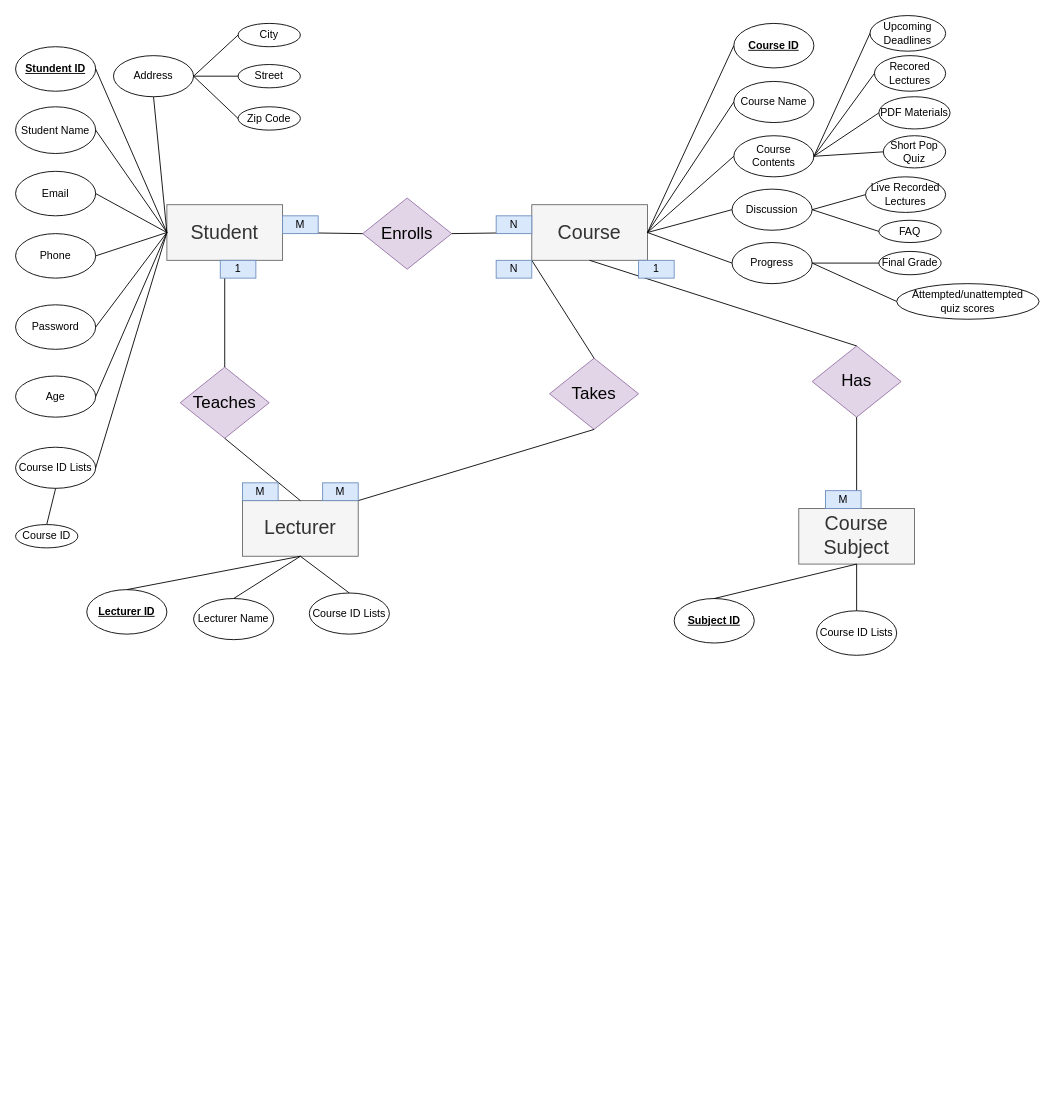
The draw.io diagram 3iSchool.drawio in Sakibapon/BRAC, before the edit. Source tidied: cells renumbered, new cells numbered last; positions are measured from the earlier drawing's top-left corner, leaving out a move shared by most shapes. Both pictures are drawn from the tidied source at 89%, with x=0, y=0 at pixel (15, 15).
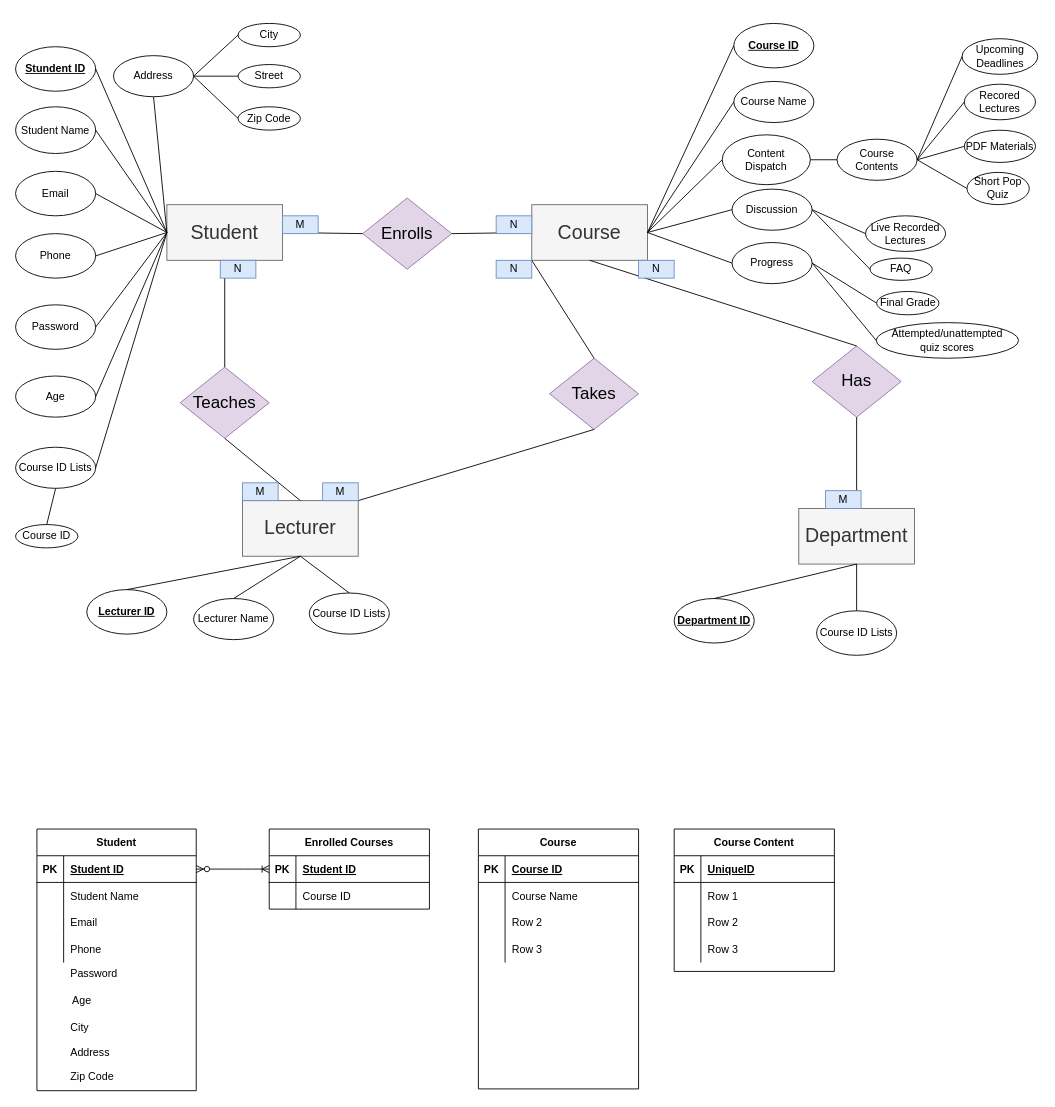
The same diagram, later.

Unchanged cells that the change refers to:
```xml
<mxCell id="27" value="&lt;font style=&quot;font-size: 22px&quot;&gt;Course&lt;/font&gt;" style="rounded=0;whiteSpace=wrap;html=1;fillColor=#f5f5f5;strokeColor=#666666;fontColor=#333333;" parent="1" vertex="1">
  <mxGeometry x="580" y="212.5" width="130" height="62.5" as="geometry" />
</mxCell>
```

The edit, as a diff of the source:
```diff
@@
     <mxCell id="31" value="Course Contents" style="ellipse;whiteSpace=wrap;html=1;" parent="1" vertex="1">
-      <mxGeometry x="807" y="135" width="90" height="46.2" as="geometry" />
+      <mxGeometry x="923" y="138.9" width="90" height="46.2" as="geometry" />
     </mxCell>
@@
-    <mxCell id="35" value="&lt;font style=&quot;font-size: 22px&quot;&gt;Course Subject&lt;/font&gt;" style="rounded=0;whiteSpace=wrap;html=1;fillColor=#f5f5f5;strokeColor=#666666;fontColor=#333333;" parent="1" vertex="1">
+    <mxCell id="35" value="&lt;font style=&quot;font-size: 22px&quot;&gt;Department&lt;br&gt;&lt;/font&gt;" style="rounded=0;whiteSpace=wrap;html=1;fillColor=#f5f5f5;strokeColor=#666666;fontColor=#333333;" parent="1" vertex="1">
       <mxGeometry x="880" y="553.8" width="130" height="62.5" as="geometry" />
     </mxCell>
@@
-    <mxCell id="49" style="endArrow=none;html=1;exitX=1;exitY=0.5;exitDx=0;exitDy=0;entryX=0;entryY=0.5;entryDx=0;entryDy=0;" parent="1" edge="1" source="27" target="31">
-      <mxGeometry relative="1" as="geometry" />
-    </mxCell>
@@
     <mxCell id="57" value="Upcoming Deadlines" style="ellipse;whiteSpace=wrap;html=1;" parent="1" vertex="1">
-      <mxGeometry x="960" width="85" height="40" as="geometry" />
+      <mxGeometry x="1063.5" y="26" width="85" height="40" as="geometry" />
     </mxCell>
     <mxCell id="58" value="Recored Lectures" style="ellipse;whiteSpace=wrap;html=1;" parent="1" vertex="1">
-      <mxGeometry x="965" y="45" width="80" height="40" as="geometry" />
+      <mxGeometry x="1066" y="77.1" width="80" height="40" as="geometry" />
     </mxCell>
@@
     <mxCell id="61" value="PDF Materials" style="ellipse;whiteSpace=wrap;html=1;" parent="1" vertex="1">
-      <mxGeometry x="970" y="91.2" width="80" height="36.2" as="geometry" />
+      <mxGeometry x="1066" y="128.8" width="80" height="36.2" as="geometry" />
     </mxCell>
@@
     <mxCell id="63" value="Short Pop Quiz" style="ellipse;whiteSpace=wrap;html=1;" parent="1" vertex="1">
-      <mxGeometry x="975" y="135" width="70" height="36.2" as="geometry" />
+      <mxGeometry x="1069" y="176.2" width="70" height="36.2" as="geometry" />
     </mxCell>
@@
     <mxCell id="65" value="Live Recorded&lt;br&gt;Lectures" style="ellipse;whiteSpace=wrap;html=1;" parent="1" vertex="1">
-      <mxGeometry x="955" y="181.2" width="90" height="40" as="geometry" />
+      <mxGeometry x="955" y="225" width="90" height="40" as="geometry" />
     </mxCell>
@@
     <mxCell id="67" value="FAQ" style="ellipse;whiteSpace=wrap;html=1;" parent="1" vertex="1">
-      <mxGeometry x="970" y="230" width="70" height="25" as="geometry" />
+      <mxGeometry x="960" y="272.5" width="70" height="25" as="geometry" />
     </mxCell>
@@
     <mxCell id="70" value="Final Grade" style="ellipse;whiteSpace=wrap;html=1;" parent="1" vertex="1">
-      <mxGeometry x="970" y="265" width="70" height="26.2" as="geometry" />
+      <mxGeometry x="967.5" y="310" width="70" height="26.2" as="geometry" />
     </mxCell>
     <mxCell id="71" value="Attempted/unattempted&lt;br&gt;quiz scores" style="ellipse;whiteSpace=wrap;html=1;" parent="1" vertex="1">
-      <mxGeometry x="990" y="301.2" width="160" height="40" as="geometry" />
+      <mxGeometry x="967" y="345" width="160" height="40" as="geometry" />
     </mxCell>
@@
-    <mxCell id="76" value="&lt;u&gt;&lt;b&gt;Subject ID&lt;/b&gt;&lt;/u&gt;" style="ellipse;whiteSpace=wrap;html=1;" parent="1" vertex="1">
+    <mxCell id="76" value="&lt;u&gt;&lt;b&gt;Department ID&lt;/b&gt;&lt;/u&gt;" style="ellipse;whiteSpace=wrap;html=1;" parent="1" vertex="1">
       <mxGeometry x="740" y="655" width="90" height="50" as="geometry" />
     </mxCell>
@@
-    <mxCell id="82" value="1" style="text;html=1;strokeColor=#6c8ebf;fillColor=#dae8fc;align=center;verticalAlign=middle;whiteSpace=wrap;rounded=0;" parent="1" vertex="1">
+    <mxCell id="82" value="N" style="text;html=1;strokeColor=#6c8ebf;fillColor=#dae8fc;align=center;verticalAlign=middle;whiteSpace=wrap;rounded=0;" parent="1" vertex="1">
       <mxGeometry x="230" y="275" width="40" height="20" as="geometry" />
     </mxCell>
@@
-    <mxCell id="85" value="1" style="text;html=1;strokeColor=#6c8ebf;fillColor=#dae8fc;align=center;verticalAlign=middle;whiteSpace=wrap;rounded=0;" parent="1" vertex="1">
+    <mxCell id="85" value="N" style="text;html=1;strokeColor=#6c8ebf;fillColor=#dae8fc;align=center;verticalAlign=middle;whiteSpace=wrap;rounded=0;" parent="1" vertex="1">
       <mxGeometry x="700" y="275" width="40" height="20" as="geometry" />
     </mxCell>
@@
+    <mxCell id="87" value="Student" style="shape=table;startSize=30;childLayout=tableLayout;rowLines=0;fontStyle=1;align=center;" parent="1" vertex="1">
+      <mxGeometry x="24" y="914" width="179" height="294" as="geometry" />
+    </mxCell>
+    <mxCell id="88" style="shape=partialRectangle;fillColor=none;top=0;left=0;bottom=1;right=0;points=[[0,0.5],[1,0.5]];portConstraint=eastwest;" parent="87" vertex="1">
+      <mxGeometry y="30" width="179" height="30" as="geometry" />
+    </mxCell>
+    <mxCell id="89" value="PK" style="shape=partialRectangle;fillColor=none;top=0;left=0;bottom=0;right=0;fontStyle=1;overflow=hidden;" parent="88" vertex="1">
+      <mxGeometry width="30" height="30" as="geometry" />
+    </mxCell>
+    <mxCell id="90" value="Student ID" style="shape=partialRectangle;fillColor=none;top=0;left=0;bottom=0;right=0;align=left;spacingLeft=6;fontStyle=5;overflow=hidden;" parent="88" vertex="1">
+      <mxGeometry x="30" width="149" height="30" as="geometry" />
+    </mxCell>
+    <mxCell id="91" style="shape=partialRectangle;fillColor=none;top=0;left=0;bottom=0;right=0;" parent="87" vertex="1">
+      <mxGeometry y="60" width="179" height="30" as="geometry" />
+    </mxCell>
+    <mxCell id="92" style="shape=partialRectangle;fillColor=none;top=0;left=0;bottom=0;right=0;overflow=hidden;" parent="91" vertex="1">
+      <mxGeometry width="30" height="30" as="geometry" />
+    </mxCell>
+    <mxCell id="93" value="Student Name" style="shape=partialRectangle;fillColor=none;top=0;left=0;bottom=0;right=0;align=left;spacingLeft=6;overflow=hidden;" parent="91" vertex="1">
+      <mxGeometry x="30" width="149" height="30" as="geometry" />
+    </mxCell>
+    <mxCell id="94" style="shape=partialRectangle;fillColor=none;top=0;left=0;bottom=0;right=0;" parent="87" vertex="1">
+      <mxGeometry y="90" width="179" height="30" as="geometry" />
+    </mxCell>
+    <mxCell id="95" style="shape=partialRectangle;fillColor=none;top=0;left=0;bottom=0;right=0;overflow=hidden;" parent="94" vertex="1">
+      <mxGeometry width="30" height="30" as="geometry" />
+    </mxCell>
+    <mxCell id="96" value="Email" style="shape=partialRectangle;fillColor=none;top=0;left=0;bottom=0;right=0;align=left;spacingLeft=6;overflow=hidden;" parent="94" vertex="1">
+      <mxGeometry x="30" width="149" height="30" as="geometry" />
+    </mxCell>
+    <mxCell id="97" style="shape=partialRectangle;fillColor=none;top=0;left=0;bottom=0;right=0;" parent="87" vertex="1">
+      <mxGeometry y="120" width="179" height="30" as="geometry" />
+    </mxCell>
+    <mxCell id="98" style="shape=partialRectangle;fillColor=none;top=0;left=0;bottom=0;right=0;overflow=hidden;" parent="97" vertex="1">
+      <mxGeometry width="30" height="30" as="geometry" />
+    </mxCell>
+    <mxCell id="99" value="Phone" style="shape=partialRectangle;fillColor=none;top=0;left=0;bottom=0;right=0;align=left;spacingLeft=6;overflow=hidden;" parent="97" vertex="1">
+      <mxGeometry x="30" width="149" height="30" as="geometry" />
+    </mxCell>
+    <mxCell id="100" value="Password" style="shape=partialRectangle;fillColor=none;top=0;left=0;bottom=0;right=0;align=left;spacingLeft=6;overflow=hidden;" parent="1" vertex="1">
+      <mxGeometry x="54" y="1061" width="149" height="30" as="geometry" />
+    </mxCell>
+    <mxCell id="101" value="Age" style="shape=partialRectangle;fillColor=none;top=0;left=0;bottom=0;right=0;align=left;spacingLeft=6;overflow=hidden;" parent="1" vertex="1">
+      <mxGeometry x="56" y="1091" width="149" height="30" as="geometry" />
+    </mxCell>
+    <mxCell id="102" value="City" style="shape=partialRectangle;fillColor=none;top=0;left=0;bottom=0;right=0;align=left;spacingLeft=6;overflow=hidden;" parent="1" vertex="1">
+      <mxGeometry x="54" y="1121" width="149" height="30" as="geometry" />
+    </mxCell>
+    <mxCell id="103" value="Address" style="shape=partialRectangle;fillColor=none;top=0;left=0;bottom=0;right=0;align=left;spacingLeft=6;overflow=hidden;" parent="1" vertex="1">
+      <mxGeometry x="54" y="1149" width="149" height="30" as="geometry" />
+    </mxCell>
+    <mxCell id="104" value="Zip Code" style="shape=partialRectangle;fillColor=none;top=0;left=0;bottom=0;right=0;align=left;spacingLeft=6;overflow=hidden;" parent="1" vertex="1">
+      <mxGeometry x="54" y="1176" width="149" height="30" as="geometry" />
+    </mxCell>
+    <mxCell id="105" value="Enrolled Courses" style="shape=table;startSize=30;childLayout=tableLayout;rowLines=0;fontStyle=1;align=center;" parent="1" vertex="1">
+      <mxGeometry x="285" y="914" width="180" height="90" as="geometry" />
+    </mxCell>
+    <mxCell id="106" style="shape=partialRectangle;fillColor=none;top=0;left=0;bottom=1;right=0;points=[[0,0.5],[1,0.5]];portConstraint=eastwest;" parent="105" vertex="1">
+      <mxGeometry y="30" width="180" height="30" as="geometry" />
+    </mxCell>
+    <mxCell id="107" value="PK" style="shape=partialRectangle;fillColor=none;top=0;left=0;bottom=0;right=0;fontStyle=1;overflow=hidden;" parent="106" vertex="1">
+      <mxGeometry width="30" height="30" as="geometry" />
+    </mxCell>
+    <mxCell id="108" value="Student ID" style="shape=partialRectangle;fillColor=none;top=0;left=0;bottom=0;right=0;align=left;spacingLeft=6;fontStyle=5;overflow=hidden;" parent="106" vertex="1">
+      <mxGeometry x="30" width="150" height="30" as="geometry" />
+    </mxCell>
+    <mxCell id="109" style="shape=partialRectangle;fillColor=none;top=0;left=0;bottom=0;right=0;" parent="105" vertex="1">
+      <mxGeometry y="60" width="180" height="30" as="geometry" />
+    </mxCell>
+    <mxCell id="110" style="shape=partialRectangle;fillColor=none;top=0;left=0;bottom=0;right=0;overflow=hidden;" parent="109" vertex="1">
+      <mxGeometry width="30" height="30" as="geometry" />
+    </mxCell>
+    <mxCell id="111" value="Course ID" style="shape=partialRectangle;fillColor=none;top=0;left=0;bottom=0;right=0;align=left;spacingLeft=6;overflow=hidden;" parent="109" vertex="1">
+      <mxGeometry x="30" width="150" height="30" as="geometry" />
+    </mxCell>
+    <mxCell id="112" style="edgeStyle=entityRelationEdgeStyle;fontSize=12;html=1;endArrow=ERoneToMany;startArrow=ERzeroToMany;exitX=1;exitY=0.5;exitDx=0;exitDy=0;entryX=0;entryY=0.5;entryDx=0;entryDy=0;" parent="1" edge="1" source="88" target="106">
+      <mxGeometry relative="1" as="geometry" />
+    </mxCell>
+    <mxCell id="113" value="Course" style="shape=table;startSize=30;childLayout=tableLayout;rowLines=0;fontStyle=1;align=center;" parent="1" vertex="1">
+      <mxGeometry x="520" y="914" width="180" height="292" as="geometry" />
+    </mxCell>
+    <mxCell id="114" style="shape=partialRectangle;fillColor=none;top=0;left=0;bottom=1;right=0;" parent="113" vertex="1">
+      <mxGeometry y="30" width="180" height="30" as="geometry" />
+    </mxCell>
+    <mxCell id="115" value="PK" style="shape=partialRectangle;fillColor=none;top=0;left=0;bottom=0;right=0;fontStyle=1;overflow=hidden;" parent="114" vertex="1">
+      <mxGeometry width="30" height="30" as="geometry" />
+    </mxCell>
+    <mxCell id="116" value="Course ID" style="shape=partialRectangle;fillColor=none;top=0;left=0;bottom=0;right=0;align=left;spacingLeft=6;fontStyle=5;overflow=hidden;" parent="114" vertex="1">
+      <mxGeometry x="30" width="150" height="30" as="geometry" />
+    </mxCell>
+    <mxCell id="117" style="shape=partialRectangle;fillColor=none;top=0;left=0;bottom=0;right=0;" parent="113" vertex="1">
+      <mxGeometry y="60" width="180" height="30" as="geometry" />
+    </mxCell>
+    <mxCell id="118" style="shape=partialRectangle;fillColor=none;top=0;left=0;bottom=0;right=0;overflow=hidden;" parent="117" vertex="1">
+      <mxGeometry width="30" height="30" as="geometry" />
+    </mxCell>
+    <mxCell id="119" value="Course Name" style="shape=partialRectangle;fillColor=none;top=0;left=0;bottom=0;right=0;align=left;spacingLeft=6;overflow=hidden;" parent="117" vertex="1">
+      <mxGeometry x="30" width="150" height="30" as="geometry" />
+    </mxCell>
+    <mxCell id="120" style="shape=partialRectangle;fillColor=none;top=0;left=0;bottom=0;right=0;" parent="113" vertex="1">
+      <mxGeometry y="90" width="180" height="30" as="geometry" />
+    </mxCell>
+    <mxCell id="121" style="shape=partialRectangle;fillColor=none;top=0;left=0;bottom=0;right=0;overflow=hidden;" parent="120" vertex="1">
+      <mxGeometry width="30" height="30" as="geometry" />
+    </mxCell>
+    <mxCell id="122" value="Row 2" style="shape=partialRectangle;fillColor=none;top=0;left=0;bottom=0;right=0;align=left;spacingLeft=6;overflow=hidden;" parent="120" vertex="1">
+      <mxGeometry x="30" width="150" height="30" as="geometry" />
+    </mxCell>
+    <mxCell id="123" style="shape=partialRectangle;fillColor=none;top=0;left=0;bottom=0;right=0;" parent="113" vertex="1">
+      <mxGeometry y="120" width="180" height="30" as="geometry" />
+    </mxCell>
+    <mxCell id="124" style="shape=partialRectangle;fillColor=none;top=0;left=0;bottom=0;right=0;overflow=hidden;" parent="123" vertex="1">
+      <mxGeometry width="30" height="30" as="geometry" />
+    </mxCell>
+    <mxCell id="125" value="Row 3" style="shape=partialRectangle;fillColor=none;top=0;left=0;bottom=0;right=0;align=left;spacingLeft=6;overflow=hidden;" parent="123" vertex="1">
+      <mxGeometry x="30" width="150" height="30" as="geometry" />
+    </mxCell>
+    <mxCell id="126" value="Course Content" style="shape=table;startSize=30;childLayout=tableLayout;rowLines=0;fontStyle=1;align=center;" parent="1" vertex="1">
+      <mxGeometry x="740" y="914" width="180" height="160" as="geometry" />
+    </mxCell>
+    <mxCell id="127" style="shape=partialRectangle;fillColor=none;top=0;left=0;bottom=1;right=0;" parent="126" vertex="1">
+      <mxGeometry y="30" width="180" height="30" as="geometry" />
+    </mxCell>
+    <mxCell id="128" value="PK" style="shape=partialRectangle;fillColor=none;top=0;left=0;bottom=0;right=0;fontStyle=1;overflow=hidden;" parent="127" vertex="1">
+      <mxGeometry width="30" height="30" as="geometry" />
+    </mxCell>
+    <mxCell id="129" value="UniqueID" style="shape=partialRectangle;fillColor=none;top=0;left=0;bottom=0;right=0;align=left;spacingLeft=6;fontStyle=5;overflow=hidden;" parent="127" vertex="1">
+      <mxGeometry x="30" width="150" height="30" as="geometry" />
+    </mxCell>
+    <mxCell id="130" style="shape=partialRectangle;fillColor=none;top=0;left=0;bottom=0;right=0;" parent="126" vertex="1">
+      <mxGeometry y="60" width="180" height="30" as="geometry" />
+    </mxCell>
+    <mxCell id="131" style="shape=partialRectangle;fillColor=none;top=0;left=0;bottom=0;right=0;overflow=hidden;" parent="130" vertex="1">
+      <mxGeometry width="30" height="30" as="geometry" />
+    </mxCell>
+    <mxCell id="132" value="Row 1" style="shape=partialRectangle;fillColor=none;top=0;left=0;bottom=0;right=0;align=left;spacingLeft=6;overflow=hidden;" parent="130" vertex="1">
+      <mxGeometry x="30" width="150" height="30" as="geometry" />
+    </mxCell>
+    <mxCell id="133" style="shape=partialRectangle;fillColor=none;top=0;left=0;bottom=0;right=0;" parent="126" vertex="1">
+      <mxGeometry y="90" width="180" height="30" as="geometry" />
+    </mxCell>
+    <mxCell id="134" style="shape=partialRectangle;fillColor=none;top=0;left=0;bottom=0;right=0;overflow=hidden;" parent="133" vertex="1">
+      <mxGeometry width="30" height="30" as="geometry" />
+    </mxCell>
+    <mxCell id="135" value="Row 2" style="shape=partialRectangle;fillColor=none;top=0;left=0;bottom=0;right=0;align=left;spacingLeft=6;overflow=hidden;" parent="133" vertex="1">
+      <mxGeometry x="30" width="150" height="30" as="geometry" />
+    </mxCell>
+    <mxCell id="136" style="shape=partialRectangle;fillColor=none;top=0;left=0;bottom=0;right=0;" parent="126" vertex="1">
+      <mxGeometry y="120" width="180" height="30" as="geometry" />
+    </mxCell>
+    <mxCell id="137" style="shape=partialRectangle;fillColor=none;top=0;left=0;bottom=0;right=0;overflow=hidden;" parent="136" vertex="1">
+      <mxGeometry width="30" height="30" as="geometry" />
+    </mxCell>
+    <mxCell id="138" value="Row 3" style="shape=partialRectangle;fillColor=none;top=0;left=0;bottom=0;right=0;align=left;spacingLeft=6;overflow=hidden;" parent="136" vertex="1">
+      <mxGeometry x="30" width="150" height="30" as="geometry" />
+    </mxCell>
+    <mxCell id="139" value="Content &lt;br&gt;Dispatch" style="ellipse;whiteSpace=wrap;html=1;" parent="1" vertex="1">
+      <mxGeometry x="794" y="134" width="99" height="56" as="geometry" />
+    </mxCell>
+    <mxCell id="140" style="endArrow=none;html=1;exitX=1;exitY=0.5;exitDx=0;exitDy=0;entryX=0;entryY=0.5;entryDx=0;entryDy=0;" parent="1" edge="1" source="27" target="139">
+      <mxGeometry relative="1" as="geometry" />
+    </mxCell>
+    <mxCell id="141" style="endArrow=none;html=1;exitX=1;exitY=0.5;exitDx=0;exitDy=0;entryX=0;entryY=0.5;entryDx=0;entryDy=0;" parent="1" edge="1" source="139" target="31">
+      <mxGeometry relative="1" as="geometry" />
+    </mxCell>
```
